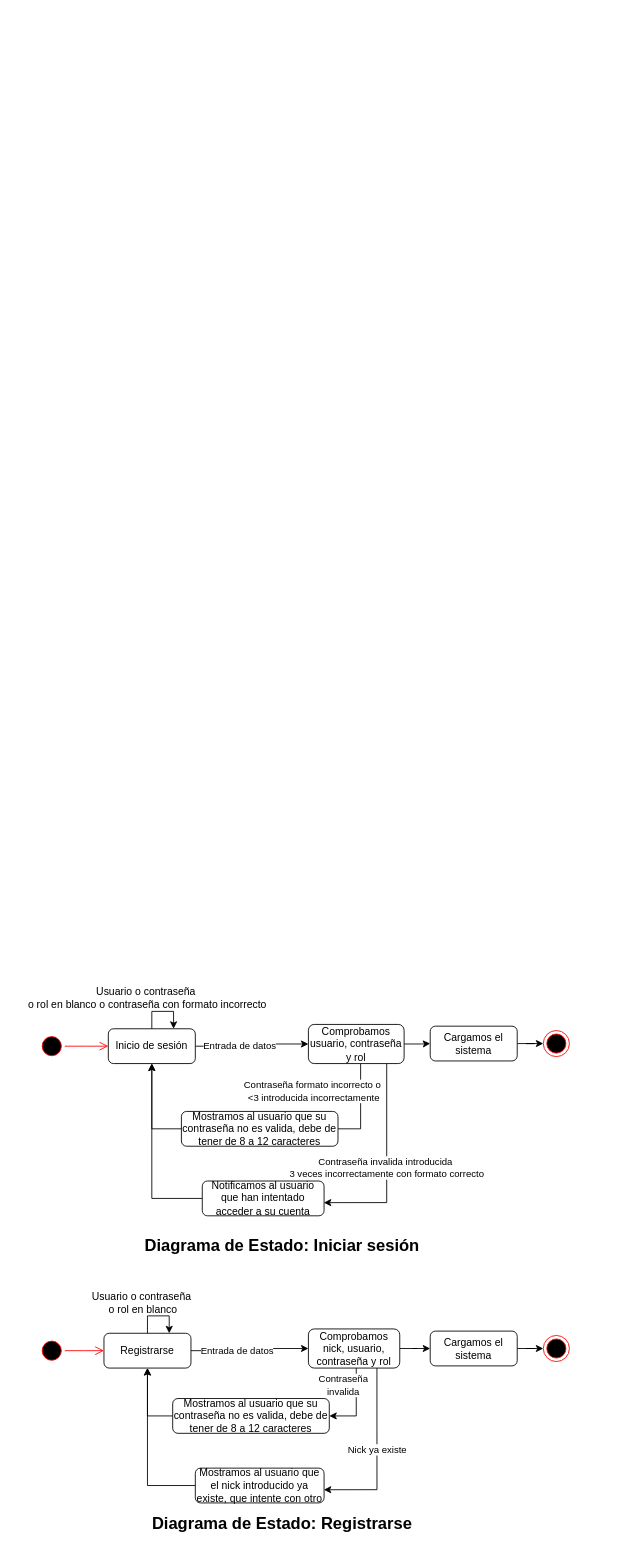
This is page "2aPt - Diagrama de Estados" (4 of 6) of Grupo3MetodologiaProgramacion.drawio from Jordigb44/Grupo3MP, a draw.io file, before an edit. Source tidied: cells renumbered, new cells numbered last; positions are measured from the earlier drawing's top-left corner, leaving out a move shared by most shapes. Both pictures are drawn from the tidied source at 87%, with x=0, y=0 at pixel (15, 980).
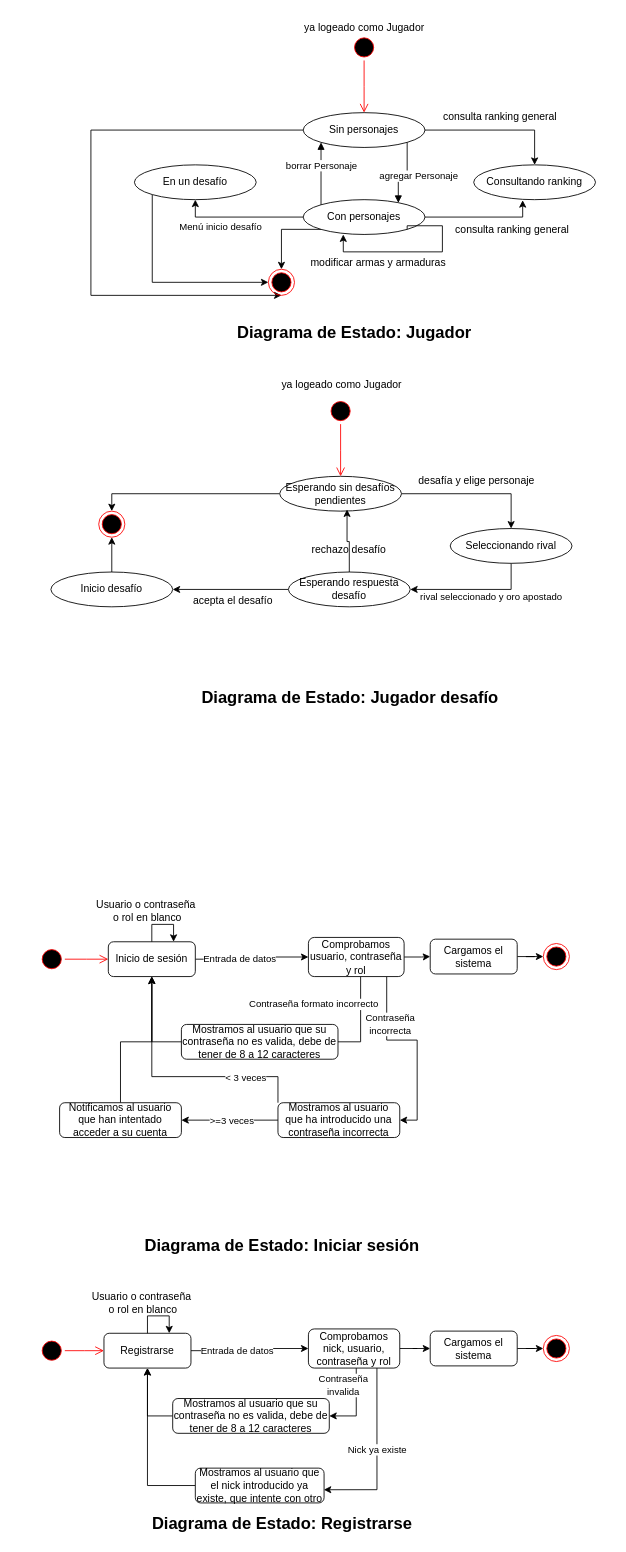
Above is the later version.

Diff of the diagram source:
```diff
@@
     <mxCell id="2" style="ellipse;html=1;shape=startState;fillColor=#000000;strokeColor=#ff0000;" parent="1" vertex="1">
-      <mxGeometry x="27" y="60" width="30" height="30" as="geometry" />
+      <mxGeometry x="27" y="-40" width="30" height="30" as="geometry" />
     </mxCell>
     <mxCell id="3" style="edgeStyle=orthogonalEdgeStyle;html=1;verticalAlign=bottom;endArrow=open;endSize=8;strokeColor=#ff0000;rounded=0;" parent="1" edge="1" source="2">
       <mxGeometry relative="1" as="geometry">
-        <mxPoint x="107" y="75" as="targetPoint" />
+        <mxPoint x="107" y="-25" as="targetPoint" />
       </mxGeometry>
     </mxCell>
@@
     <mxCell id="6" value="Inicio de sesión" style="whiteSpace=wrap;html=1;rounded=1;" parent="1" vertex="1">
-      <mxGeometry x="107" y="55" width="100" height="40" as="geometry" />
+      <mxGeometry x="107" y="-45" width="100" height="40" as="geometry" />
     </mxCell>
     <mxCell id="7" style="edgeStyle=orthogonalEdgeStyle;rounded=0;orthogonalLoop=1;jettySize=auto;html=1;entryX=0.75;entryY=0;entryDx=0;entryDy=0;" parent="1" edge="1" source="6" target="6">
       <mxGeometry relative="1" as="geometry">
         <Array as="points">
-          <mxPoint x="157" y="35" />
-          <mxPoint x="182" y="35" />
+          <mxPoint x="157" y="-65" />
+          <mxPoint x="182" y="-65" />
         </Array>
       </mxGeometry>
     </mxCell>
-    <mxCell id="8" value="Usuario o contraseña&lt;div&gt;&amp;nbsp;o rol en blanco o contraseña con formato incorrecto&lt;/div&gt;" style="text;html=1;align=center;verticalAlign=middle;strokeColor=none;fillColor=none;" parent="1" vertex="1">
-      <mxGeometry width="300" height="40" as="geometry" />
+    <mxCell id="8" value="Usuario o contraseña&lt;div&gt;&amp;nbsp;o rol en blanco&lt;/div&gt;" style="text;html=1;align=center;verticalAlign=middle;strokeColor=none;fillColor=none;" parent="1" vertex="1">
+      <mxGeometry x="80" y="-100" width="140" height="40" as="geometry" />
     </mxCell>
     <mxCell id="9" style="edgeStyle=orthogonalEdgeStyle;rounded=0;jettySize=auto;html=1;entryX=0.5;entryY=1;entryDx=0;entryDy=0;" parent="1" edge="1" source="12" target="6">
       <mxGeometry relative="1" as="geometry">
         <Array as="points">
-          <mxPoint x="397" y="170" />
-          <mxPoint x="157" y="170" />
+          <mxPoint x="397" y="70" />
+          <mxPoint x="157" y="70" />
         </Array>
       </mxGeometry>
     </mxCell>
-    <mxCell id="10" value="&lt;div&gt;Contraseña formato incorrecto o&amp;nbsp;&lt;/div&gt;&lt;div&gt;&amp;lt;3 introducida incorrectamente&lt;/div&gt;" style="edgeLabel;html=1;align=center;verticalAlign=middle;" parent="9" vertex="1">
+    <mxCell id="10" value="&lt;div&gt;Contraseña formato incorrecto&lt;/div&gt;" style="edgeLabel;html=1;align=center;verticalAlign=middle;" parent="9" vertex="1">
       <mxGeometry x="-0.84" y="1" relative="1" as="geometry">
         <mxPoint x="-56" as="offset" />
       </mxGeometry>
     </mxCell>
@@
+    <mxCell id="43" style="edgeStyle=orthogonalEdgeStyle;rounded=0;jettySize=auto;html=1;entryX=1;entryY=0.5;entryDx=0;entryDy=0;" parent="1" edge="1" source="12" target="49">
+      <mxGeometry relative="1" as="geometry">
+        <Array as="points">
+          <mxPoint x="427" y="68" />
+          <mxPoint x="462" y="68" />
+          <mxPoint x="462" y="160" />
+        </Array>
+      </mxGeometry>
+    </mxCell>
+    <mxCell id="44" value="Contraseña&lt;div&gt;incorrecta&lt;/div&gt;" style="edgeLabel;html=1;align=center;verticalAlign=middle;" parent="43" vertex="1">
+      <mxGeometry x="-0.51" y="3" relative="1" as="geometry" />
+    </mxCell>
     <mxCell id="12" value="Comprobamos usuario, contraseña y rol" style="whiteSpace=wrap;html=1;rounded=1;" parent="1" vertex="1">
-      <mxGeometry x="337" y="50" width="110" height="45" as="geometry" />
+      <mxGeometry x="337" y="-50" width="110" height="45" as="geometry" />
     </mxCell>
-    <mxCell id="13" style="edgeStyle=orthogonalEdgeStyle;rounded=0;jettySize=auto;html=1;entryX=0.5;entryY=1;entryDx=0;entryDy=0;" parent="1" edge="1" source="14" target="6">
-      <mxGeometry relative="1" as="geometry" />
-    </mxCell>
-    <mxCell id="14" value="Notificamos al usuario que han intentado acceder a su cuenta" style="whiteSpace=wrap;html=1;rounded=1;" parent="1" vertex="1">
-      <mxGeometry x="215" y="230" width="140" height="40" as="geometry" />
-    </mxCell>
-    <mxCell id="15" style="edgeStyle=orthogonalEdgeStyle;rounded=0;jettySize=auto;html=1;entryX=0.998;entryY=0.621;entryDx=0;entryDy=0;entryPerimeter=0;" parent="1" edge="1" source="12" target="14">
-      <mxGeometry relative="1" as="geometry">
-        <Array as="points">
-          <mxPoint x="427" y="255" />
-        </Array>
-      </mxGeometry>
-    </mxCell>
-    <mxCell id="16" value="&lt;div&gt;Contraseña invalida introducida&amp;nbsp;&lt;/div&gt;&lt;div&gt;3 veces incorrectamente con formato correcto&lt;/div&gt;" style="edgeLabel;html=1;align=center;verticalAlign=middle;imageAspect=0;" parent="15" vertex="1">
-      <mxGeometry x="-0.61" width="260" height="40" relative="1" as="geometry">
-        <mxPoint x="-130" y="55" as="offset" />
-      </mxGeometry>
-    </mxCell>
     <mxCell id="17" style="ellipse;html=1;shape=endState;fillColor=#000000;strokeColor=#ff0000;" parent="1" vertex="1">
-      <mxGeometry x="607" y="57" width="30" height="30" as="geometry" />
+      <mxGeometry x="607" y="-43" width="30" height="30" as="geometry" />
     </mxCell>
@@
     <mxCell id="19" value="Cargamos el sistema" style="whiteSpace=wrap;html=1;rounded=1;" parent="1" vertex="1">
-      <mxGeometry x="477" y="52" width="100" height="40" as="geometry" />
+      <mxGeometry x="477" y="-48" width="100" height="40" as="geometry" />
     </mxCell>
@@
     <mxCell id="42" value="Mostramos al usuario que su contraseña no es valida, debe de tener de 8 a 12 caracteres" style="whiteSpace=wrap;html=1;rounded=1;" parent="1" vertex="1">
-      <mxGeometry x="191" y="150" width="180" height="40" as="geometry" />
+      <mxGeometry x="191" y="50" width="180" height="40" as="geometry" />
     </mxCell>
+    <mxCell id="45" style="edgeStyle=orthogonalEdgeStyle;rounded=0;jettySize=auto;html=1;entryX=1;entryY=0.5;entryDx=0;entryDy=0;" parent="1" edge="1" source="49" target="14">
+      <mxGeometry relative="1" as="geometry" />
+    </mxCell>
+    <mxCell id="46" value="&amp;gt;=3 veces" style="edgeLabel;html=1;align=center;verticalAlign=middle;" parent="45" vertex="1">
+      <mxGeometry x="-0.27" y="-1" relative="1" as="geometry">
+        <mxPoint x="-13" y="1" as="offset" />
+      </mxGeometry>
+    </mxCell>
+    <mxCell id="47" style="edgeStyle=orthogonalEdgeStyle;rounded=0;jettySize=auto;html=1;exitX=0;exitY=0;exitDx=0;exitDy=0;" parent="1" edge="1" source="49" target="6">
+      <mxGeometry relative="1" as="geometry">
+        <Array as="points">
+          <mxPoint x="302" y="110" />
+          <mxPoint x="157" y="110" />
+        </Array>
+      </mxGeometry>
+    </mxCell>
+    <mxCell id="48" value="&amp;lt; 3 veces" style="edgeLabel;html=1;align=center;verticalAlign=middle;" parent="47" vertex="1">
+      <mxGeometry x="-0.53" y="1" relative="1" as="geometry" />
+    </mxCell>
+    <mxCell id="49" value="Mostramos al usuario que ha introducido una contraseña incorrecta" style="whiteSpace=wrap;html=1;rounded=1;" parent="1" vertex="1">
+      <mxGeometry x="302" y="140" width="140" height="40" as="geometry" />
+    </mxCell>
+    <mxCell id="13" style="edgeStyle=orthogonalEdgeStyle;rounded=0;jettySize=auto;html=1;entryX=0.5;entryY=1;entryDx=0;entryDy=0;" parent="1" edge="1" source="14" target="6">
+      <mxGeometry relative="1" as="geometry">
+        <Array as="points">
+          <mxPoint x="121" y="70" />
+          <mxPoint x="157" y="70" />
+        </Array>
+      </mxGeometry>
+    </mxCell>
+    <mxCell id="14" value="Notificamos al usuario que han intentado acceder a su cuenta" style="whiteSpace=wrap;html=1;rounded=1;" parent="1" vertex="1">
+      <mxGeometry x="51" y="140" width="140" height="40" as="geometry" />
+    </mxCell>
+    <mxCell id="50" style="ellipse;html=1;shape=startState;fillColor=#000000;strokeColor=#ff0000;" parent="1" vertex="1">
+      <mxGeometry x="386" y="-1088" width="30" height="30" as="geometry" />
+    </mxCell>
+    <mxCell id="51" style="edgeStyle=orthogonalEdgeStyle;html=1;verticalAlign=bottom;endArrow=open;endSize=8;strokeColor=#ff0000;rounded=0;exitX=0.5;exitY=1;exitDx=0;exitDy=0;" parent="1" edge="1" source="50">
+      <mxGeometry relative="1" as="geometry">
+        <mxPoint x="401" y="-998" as="targetPoint" />
+      </mxGeometry>
+    </mxCell>
+    <mxCell id="52" style="edgeStyle=orthogonalEdgeStyle;rounded=0;jettySize=auto;html=1;exitX=1;exitY=0.5;exitDx=0;exitDy=0;entryX=0.5;entryY=0;entryDx=0;entryDy=0;" parent="1" edge="1" source="54" target="55">
+      <mxGeometry relative="1" as="geometry" />
+    </mxCell>
+    <mxCell id="53" style="edgeStyle=orthogonalEdgeStyle;rounded=0;jettySize=auto;html=1;exitX=0;exitY=0.5;exitDx=0;exitDy=0;entryX=0.5;entryY=1;entryDx=0;entryDy=0;" parent="1" edge="1" source="54" target="70">
+      <mxGeometry relative="1" as="geometry">
+        <Array as="points">
+          <mxPoint x="87" y="-978" />
+          <mxPoint x="87" y="-788" />
+        </Array>
+      </mxGeometry>
+    </mxCell>
+    <mxCell id="54" value="Sin personajes" style="ellipse;whiteSpace=wrap;html=1;" parent="1" vertex="1">
+      <mxGeometry x="331" y="-998" width="140" height="40" as="geometry" />
+    </mxCell>
+    <mxCell id="55" value="Consultando ranking" style="ellipse;whiteSpace=wrap;html=1;" parent="1" vertex="1">
+      <mxGeometry x="527" y="-938" width="140" height="40" as="geometry" />
+    </mxCell>
+    <mxCell id="56" style="edgeStyle=orthogonalEdgeStyle;rounded=0;jettySize=auto;html=1;exitX=0;exitY=1;exitDx=0;exitDy=0;" parent="1" edge="1" source="57" target="70">
+      <mxGeometry relative="1" as="geometry" />
+    </mxCell>
+    <mxCell id="57" value="Con personajes" style="ellipse;whiteSpace=wrap;html=1;" parent="1" vertex="1">
+      <mxGeometry x="331" y="-898" width="140" height="40" as="geometry" />
+    </mxCell>
+    <mxCell id="58" style="edgeStyle=orthogonalEdgeStyle;rounded=0;jettySize=auto;html=1;exitX=0;exitY=1;exitDx=0;exitDy=0;entryX=0;entryY=0.5;entryDx=0;entryDy=0;" parent="1" edge="1" source="59" target="70">
+      <mxGeometry relative="1" as="geometry">
+        <Array as="points">
+          <mxPoint x="158" y="-803" />
+        </Array>
+      </mxGeometry>
+    </mxCell>
+    <mxCell id="59" value="En un desafío" style="ellipse;whiteSpace=wrap;html=1;" parent="1" vertex="1">
+      <mxGeometry x="137" y="-938" width="140" height="40" as="geometry" />
+    </mxCell>
+    <mxCell id="60" value="agregar Personaje" style="endArrow=block;endFill=1;html=1;edgeStyle=orthogonalEdgeStyle;align=left;verticalAlign=top;rounded=0;exitX=1;exitY=1;exitDx=0;exitDy=0;entryX=0.781;entryY=0.092;entryDx=0;entryDy=0;entryPerimeter=0;" parent="1" edge="1" source="54" target="57">
+      <mxGeometry x="-0.34" y="-33" relative="1" as="geometry" />
+    </mxCell>
+    <mxCell id="61" value="borrar Personaje" style="html=1;verticalAlign=bottom;endArrow=block;curved=0;rounded=0;exitX=0;exitY=0;exitDx=0;exitDy=0;entryX=0;entryY=1;entryDx=0;entryDy=0;" parent="1" edge="1" source="57" target="54">
+      <mxGeometry relative="1" as="geometry" />
+    </mxCell>
+    <mxCell id="62" style="edgeStyle=orthogonalEdgeStyle;rounded=0;jettySize=auto;html=1;exitX=0;exitY=0.5;exitDx=0;exitDy=0;entryX=0.5;entryY=1;entryDx=0;entryDy=0;" parent="1" edge="1" source="57" target="59">
+      <mxGeometry relative="1" as="geometry" />
+    </mxCell>
+    <mxCell id="63" value="Menú inicio desafío" style="edgeLabel;html=1;align=center;verticalAlign=middle;" parent="62" vertex="1">
+      <mxGeometry x="0.39" y="-1" relative="1" as="geometry">
+        <mxPoint x="4" y="11" as="offset" />
+      </mxGeometry>
+    </mxCell>
+    <mxCell id="64" style="edgeStyle=orthogonalEdgeStyle;rounded=0;jettySize=auto;html=1;exitX=1;exitY=0.5;exitDx=0;exitDy=0;entryX=0.402;entryY=1.016;entryDx=0;entryDy=0;entryPerimeter=0;" parent="1" edge="1" source="57" target="55">
+      <mxGeometry relative="1" as="geometry" />
+    </mxCell>
+    <mxCell id="65" value="consulta ranking general" style="text;html=1;align=center;verticalAlign=middle;strokeColor=none;fillColor=none;" parent="1" vertex="1">
+      <mxGeometry x="496" y="-878" width="150" height="30" as="geometry" />
+    </mxCell>
+    <mxCell id="66" value="consulta ranking general" style="text;html=1;align=center;verticalAlign=middle;strokeColor=none;fillColor=none;" parent="1" vertex="1">
+      <mxGeometry x="482" y="-1008" width="150" height="30" as="geometry" />
+    </mxCell>
+    <mxCell id="67" value="ya logeado como Jugador" style="text;html=1;align=center;verticalAlign=middle;strokeColor=none;fillColor=none;" parent="1" vertex="1">
+      <mxGeometry x="321" y="-1110" width="160" height="30" as="geometry" />
+    </mxCell>
+    <mxCell id="68" style="edgeStyle=orthogonalEdgeStyle;rounded=0;orthogonalLoop=1;jettySize=auto;html=1;exitX=1;exitY=1;exitDx=0;exitDy=0;entryX=0.329;entryY=1;entryDx=0;entryDy=0;entryPerimeter=0;" parent="1" edge="1" source="57" target="57">
+      <mxGeometry relative="1" as="geometry">
+        <Array as="points">
+          <mxPoint x="450" y="-868" />
+          <mxPoint x="491" y="-868" />
+          <mxPoint x="491" y="-838" />
+          <mxPoint x="377" y="-838" />
+        </Array>
+      </mxGeometry>
+    </mxCell>
+    <mxCell id="69" value="modificar armas y armaduras" style="text;html=1;align=center;verticalAlign=middle;strokeColor=none;fillColor=none;" parent="1" vertex="1">
+      <mxGeometry x="327" y="-840" width="180" height="30" as="geometry" />
+    </mxCell>
+    <mxCell id="70" style="ellipse;html=1;shape=endState;fillColor=#000000;strokeColor=#ff0000;" parent="1" vertex="1">
+      <mxGeometry x="291" y="-818" width="30" height="30" as="geometry" />
+    </mxCell>
+    <mxCell id="71" value="Diagrama de Estado: Jugador" style="text;html=1;align=center;verticalAlign=middle;whiteSpace=wrap;rounded=0;fontSize=19;fontStyle=1;" parent="1" vertex="1">
+      <mxGeometry x="94.5" y="-760" width="590" height="30" as="geometry" />
+    </mxCell>
+    <mxCell id="72" style="ellipse;html=1;shape=startState;fillColor=#000000;strokeColor=#ff0000;" parent="1" vertex="1">
+      <mxGeometry x="359" y="-670" width="30" height="30" as="geometry" />
+    </mxCell>
+    <mxCell id="73" style="edgeStyle=orthogonalEdgeStyle;html=1;verticalAlign=bottom;endArrow=open;endSize=8;strokeColor=#ff0000;rounded=0;exitX=0.5;exitY=1;exitDx=0;exitDy=0;" parent="1" edge="1" source="72">
+      <mxGeometry relative="1" as="geometry">
+        <mxPoint x="374" y="-580" as="targetPoint" />
+      </mxGeometry>
+    </mxCell>
+    <mxCell id="74" style="edgeStyle=orthogonalEdgeStyle;rounded=0;jettySize=auto;html=1;entryX=0.5;entryY=0;entryDx=0;entryDy=0;exitX=1;exitY=0.5;exitDx=0;exitDy=0;" parent="1" edge="1" source="76" target="79">
+      <mxGeometry relative="1" as="geometry" />
+    </mxCell>
+    <mxCell id="75" style="edgeStyle=orthogonalEdgeStyle;rounded=0;jettySize=auto;html=1;exitX=0;exitY=0.5;exitDx=0;exitDy=0;entryX=0.5;entryY=0;entryDx=0;entryDy=0;" parent="1" edge="1" source="76" target="90">
+      <mxGeometry relative="1" as="geometry" />
+    </mxCell>
+    <mxCell id="76" value="Esperando sin desafíos pendientes" style="ellipse;whiteSpace=wrap;html=1;" parent="1" vertex="1">
+      <mxGeometry x="304" y="-580" width="140" height="40" as="geometry" />
+    </mxCell>
+    <mxCell id="77" style="edgeStyle=orthogonalEdgeStyle;rounded=0;jettySize=auto;html=1;exitX=0.5;exitY=1;exitDx=0;exitDy=0;entryX=1;entryY=0.5;entryDx=0;entryDy=0;" parent="1" edge="1" source="79" target="81">
+      <mxGeometry relative="1" as="geometry" />
+    </mxCell>
+    <mxCell id="78" value="rival seleccionado y oro apostado" style="edgeLabel;html=1;align=center;verticalAlign=middle;" parent="77" vertex="1">
+      <mxGeometry x="-0.26" y="8" relative="1" as="geometry" />
+    </mxCell>
+    <mxCell id="79" value="Seleccionando rival" style="ellipse;whiteSpace=wrap;html=1;" parent="1" vertex="1">
+      <mxGeometry x="500" y="-520" width="140" height="40" as="geometry" />
+    </mxCell>
+    <mxCell id="80" style="edgeStyle=orthogonalEdgeStyle;rounded=0;jettySize=auto;html=1;exitX=0;exitY=0.5;exitDx=0;exitDy=0;entryX=1;entryY=0.5;entryDx=0;entryDy=0;" parent="1" edge="1" source="81">
+      <mxGeometry relative="1" as="geometry">
+        <mxPoint x="181" y="-450" as="targetPoint" />
+      </mxGeometry>
+    </mxCell>
+    <mxCell id="81" value="Esperando respuesta desafío" style="ellipse;whiteSpace=wrap;html=1;" parent="1" vertex="1">
+      <mxGeometry x="314" y="-470" width="140" height="40" as="geometry" />
+    </mxCell>
+    <mxCell id="82" value="desafía y elige personaje" style="text;html=1;align=center;verticalAlign=middle;strokeColor=none;fillColor=none;" parent="1" vertex="1">
+      <mxGeometry x="450" y="-590" width="160" height="30" as="geometry" />
+    </mxCell>
+    <mxCell id="83" value="ya logeado como Jugador" style="text;html=1;align=center;verticalAlign=middle;strokeColor=none;fillColor=none;" parent="1" vertex="1">
+      <mxGeometry x="295" y="-700" width="160" height="30" as="geometry" />
+    </mxCell>
+    <mxCell id="84" value="acepta el desafío" style="text;html=1;align=center;verticalAlign=middle;strokeColor=none;fillColor=none;" parent="1" vertex="1">
+      <mxGeometry x="195" y="-452" width="110" height="30" as="geometry" />
+    </mxCell>
+    <mxCell id="85" value="rechazo desafío&amp;nbsp;" style="text;html=1;align=center;verticalAlign=middle;strokeColor=none;fillColor=none;" parent="1" vertex="1">
+      <mxGeometry x="330" y="-510" width="110" height="30" as="geometry" />
+    </mxCell>
+    <mxCell id="86" style="edgeStyle=orthogonalEdgeStyle;rounded=0;jettySize=auto;html=1;exitX=0.5;exitY=0;exitDx=0;exitDy=0;entryX=0.5;entryY=1;entryDx=0;entryDy=0;" parent="1" edge="1" source="87" target="90">
+      <mxGeometry relative="1" as="geometry" />
+    </mxCell>
+    <mxCell id="87" value="Inicio desafío" style="ellipse;whiteSpace=wrap;html=1;" parent="1" vertex="1">
+      <mxGeometry x="41" y="-470" width="140" height="40" as="geometry" />
+    </mxCell>
+    <mxCell id="88" style="edgeStyle=orthogonalEdgeStyle;rounded=0;jettySize=auto;html=1;exitX=0.5;exitY=0;exitDx=0;exitDy=0;entryX=0.553;entryY=0.953;entryDx=0;entryDy=0;entryPerimeter=0;" parent="1" edge="1" source="81" target="76">
+      <mxGeometry relative="1" as="geometry" />
+    </mxCell>
+    <mxCell id="89" value="Diagrama de Estado: Jugador desafío" style="text;html=1;align=center;verticalAlign=middle;whiteSpace=wrap;rounded=0;fontSize=19;fontStyle=1;" parent="1" vertex="1">
+      <mxGeometry x="90" y="-340" width="590" height="30" as="geometry" />
+    </mxCell>
+    <mxCell id="90" style="ellipse;html=1;shape=endState;fillColor=#000000;strokeColor=#ff0000;" parent="1" vertex="1">
+      <mxGeometry x="96" y="-540" width="30" height="30" as="geometry" />
+    </mxCell>
```
